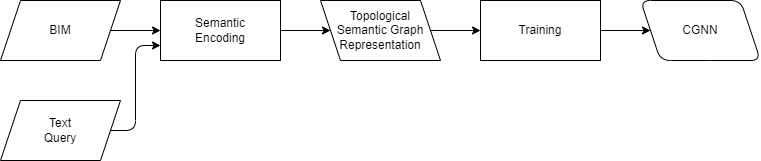
The draw.io diagram images/semantic_gnn_model_train.drawio.png in AI4SC/bim-diffusion-models, before a commit. Source tidied: cells renumbered, new cells last; positions are measured from the earlier drawing's top-left corner, leaving out a move shared by most shapes. Its diagram source:
```xml
<mxGraphModel>
  <root>
    <mxCell id="0" />
    <mxCell id="1" parent="0" />
    <mxCell id="2" style="edgeStyle=elbowEdgeStyle;html=1;exitX=1;exitY=0.5;exitDx=0;exitDy=0;entryX=0;entryY=0.75;entryDx=0;entryDy=0;" parent="1" edge="1" source="3" target="5">
      <mxGeometry relative="1" as="geometry" />
    </mxCell>
    <mxCell id="3" value="Text&lt;br&gt;Query" style="shape=parallelogram;perimeter=parallelogramPerimeter;whiteSpace=wrap;html=1;fixedSize=1;" parent="1" vertex="1">
      <mxGeometry y="100" width="120" height="60" as="geometry" />
    </mxCell>
    <mxCell id="4" value="Topological&lt;br&gt;Semantic Graph&lt;br&gt;Representation" style="shape=parallelogram;perimeter=parallelogramPerimeter;whiteSpace=wrap;html=1;fixedSize=1;flipH=1;" parent="1" vertex="1">
      <mxGeometry x="320" width="120" height="60" as="geometry" />
    </mxCell>
    <mxCell id="5" value="Semantic&lt;br&gt;Encoding" style="rounded=0;whiteSpace=wrap;html=1;" parent="1" vertex="1">
      <mxGeometry x="160" width="120" height="60" as="geometry" />
    </mxCell>
    <mxCell id="6" value="CGNN" style="shape=parallelogram;perimeter=parallelogramPerimeter;whiteSpace=wrap;html=1;fixedSize=1;flipH=1;rounded=1;" parent="1" vertex="1">
      <mxGeometry x="640" width="120" height="60" as="geometry" />
    </mxCell>
    <mxCell id="7" value="Training" style="rounded=0;whiteSpace=wrap;html=1;" parent="1" vertex="1">
      <mxGeometry x="480" width="120" height="60" as="geometry" />
    </mxCell>
    <mxCell id="8" style="endArrow=classic;html=1;exitX=1;exitY=0.5;exitDx=0;exitDy=0;entryX=0;entryY=0.5;entryDx=0;entryDy=0;" parent="1" edge="1" source="4" target="7">
      <mxGeometry relative="1" as="geometry" />
    </mxCell>
    <mxCell id="9" style="endArrow=classic;html=1;exitX=1;exitY=0.5;exitDx=0;exitDy=0;entryX=0;entryY=0.5;entryDx=0;entryDy=0;" parent="1" edge="1" source="5" target="4">
      <mxGeometry relative="1" as="geometry" />
    </mxCell>
    <mxCell id="10" style="endArrow=classic;html=1;exitX=1;exitY=0.5;exitDx=0;exitDy=0;entryX=0;entryY=0.5;entryDx=0;entryDy=0;" parent="1" edge="1" source="7" target="6">
      <mxGeometry relative="1" as="geometry" />
    </mxCell>
    <mxCell id="11" value="BIM" style="shape=parallelogram;perimeter=parallelogramPerimeter;whiteSpace=wrap;html=1;fixedSize=1;flipH=0;" parent="1" vertex="1">
      <mxGeometry width="120" height="60" as="geometry" />
    </mxCell>
    <mxCell id="12" style="edgeStyle=none;html=1;exitX=1;exitY=0.5;exitDx=0;exitDy=0;entryX=0;entryY=0.5;entryDx=0;entryDy=0;" parent="1" edge="1" source="11" target="5">
      <mxGeometry relative="1" as="geometry" />
    </mxCell>
  </root>
</mxGraphModel>
```
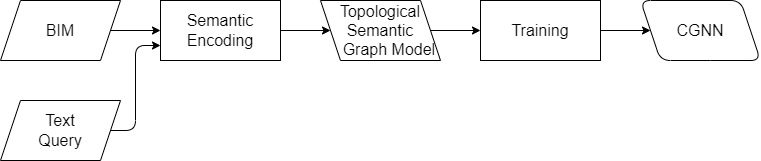
The same diagram one commit later.

Change to the diagram source:
```diff
@@ -2,37 +2,37 @@
   <root>
     <mxCell id="0" />
     <mxCell id="1" parent="0" />
-    <mxCell id="2" style="edgeStyle=elbowEdgeStyle;html=1;exitX=1;exitY=0.5;exitDx=0;exitDy=0;entryX=0;entryY=0.75;entryDx=0;entryDy=0;" parent="1" edge="1" source="3" target="5">
+    <mxCell id="2" style="edgeStyle=elbowEdgeStyle;html=1;exitX=1;exitY=0.5;exitDx=0;exitDy=0;entryX=0;entryY=0.75;entryDx=0;entryDy=0;fontSize=16;" parent="1" edge="1" source="3" target="5">
       <mxGeometry relative="1" as="geometry" />
     </mxCell>
-    <mxCell id="3" value="Text&lt;br&gt;Query" style="shape=parallelogram;perimeter=parallelogramPerimeter;whiteSpace=wrap;html=1;fixedSize=1;" parent="1" vertex="1">
+    <mxCell id="3" value="Text&lt;br style=&quot;font-size: 16px;&quot;&gt;Query" style="shape=parallelogram;perimeter=parallelogramPerimeter;whiteSpace=wrap;html=1;fixedSize=1;fontSize=16;" parent="1" vertex="1">
       <mxGeometry y="100" width="120" height="60" as="geometry" />
     </mxCell>
-    <mxCell id="4" value="Topological&lt;br&gt;Semantic Graph&lt;br&gt;Representation" style="shape=parallelogram;perimeter=parallelogramPerimeter;whiteSpace=wrap;html=1;fixedSize=1;flipH=1;" parent="1" vertex="1">
+    <mxCell id="4" value="Topological&lt;br style=&quot;border-color: var(--border-color);&quot;&gt;Semantic&lt;br style=&quot;border-color: var(--border-color);&quot;&gt;&amp;nbsp; &amp;nbsp; Graph Model" style="shape=parallelogram;perimeter=parallelogramPerimeter;whiteSpace=wrap;html=1;fixedSize=1;flipH=1;fontSize=16;" parent="1" vertex="1">
       <mxGeometry x="320" width="120" height="60" as="geometry" />
     </mxCell>
-    <mxCell id="5" value="Semantic&lt;br&gt;Encoding" style="rounded=0;whiteSpace=wrap;html=1;" parent="1" vertex="1">
+    <mxCell id="5" value="Semantic&lt;br style=&quot;font-size: 16px;&quot;&gt;Encoding" style="rounded=0;whiteSpace=wrap;html=1;fontSize=16;" parent="1" vertex="1">
       <mxGeometry x="160" width="120" height="60" as="geometry" />
     </mxCell>
-    <mxCell id="6" value="CGNN" style="shape=parallelogram;perimeter=parallelogramPerimeter;whiteSpace=wrap;html=1;fixedSize=1;flipH=1;rounded=1;" parent="1" vertex="1">
+    <mxCell id="6" value="CGNN" style="shape=parallelogram;perimeter=parallelogramPerimeter;whiteSpace=wrap;html=1;fixedSize=1;flipH=1;rounded=1;fontSize=16;" parent="1" vertex="1">
       <mxGeometry x="640" width="120" height="60" as="geometry" />
     </mxCell>
-    <mxCell id="7" value="Training" style="rounded=0;whiteSpace=wrap;html=1;" parent="1" vertex="1">
+    <mxCell id="7" value="Training" style="rounded=0;whiteSpace=wrap;html=1;fontSize=16;" parent="1" vertex="1">
       <mxGeometry x="480" width="120" height="60" as="geometry" />
     </mxCell>
-    <mxCell id="8" style="endArrow=classic;html=1;exitX=1;exitY=0.5;exitDx=0;exitDy=0;entryX=0;entryY=0.5;entryDx=0;entryDy=0;" parent="1" edge="1" source="4" target="7">
+    <mxCell id="8" style="endArrow=classic;html=1;exitX=1;exitY=0.5;exitDx=0;exitDy=0;entryX=0;entryY=0.5;entryDx=0;entryDy=0;fontSize=16;" parent="1" edge="1" source="4" target="7">
       <mxGeometry relative="1" as="geometry" />
     </mxCell>
-    <mxCell id="9" style="endArrow=classic;html=1;exitX=1;exitY=0.5;exitDx=0;exitDy=0;entryX=0;entryY=0.5;entryDx=0;entryDy=0;" parent="1" edge="1" source="5" target="4">
+    <mxCell id="9" style="endArrow=classic;html=1;exitX=1;exitY=0.5;exitDx=0;exitDy=0;entryX=0;entryY=0.5;entryDx=0;entryDy=0;fontSize=16;" parent="1" edge="1" source="5" target="4">
       <mxGeometry relative="1" as="geometry" />
     </mxCell>
-    <mxCell id="10" style="endArrow=classic;html=1;exitX=1;exitY=0.5;exitDx=0;exitDy=0;entryX=0;entryY=0.5;entryDx=0;entryDy=0;" parent="1" edge="1" source="7" target="6">
+    <mxCell id="10" style="endArrow=classic;html=1;exitX=1;exitY=0.5;exitDx=0;exitDy=0;entryX=0;entryY=0.5;entryDx=0;entryDy=0;fontSize=16;" parent="1" edge="1" source="7" target="6">
       <mxGeometry relative="1" as="geometry" />
     </mxCell>
-    <mxCell id="11" value="BIM" style="shape=parallelogram;perimeter=parallelogramPerimeter;whiteSpace=wrap;html=1;fixedSize=1;flipH=0;" parent="1" vertex="1">
+    <mxCell id="11" value="BIM" style="shape=parallelogram;perimeter=parallelogramPerimeter;whiteSpace=wrap;html=1;fixedSize=1;flipH=0;fontSize=16;" parent="1" vertex="1">
       <mxGeometry width="120" height="60" as="geometry" />
     </mxCell>
-    <mxCell id="12" style="edgeStyle=none;html=1;exitX=1;exitY=0.5;exitDx=0;exitDy=0;entryX=0;entryY=0.5;entryDx=0;entryDy=0;" parent="1" edge="1" source="11" target="5">
+    <mxCell id="12" style="edgeStyle=none;html=1;exitX=1;exitY=0.5;exitDx=0;exitDy=0;entryX=0;entryY=0.5;entryDx=0;entryDy=0;fontSize=16;" parent="1" edge="1" source="11" target="5">
       <mxGeometry relative="1" as="geometry" />
     </mxCell>
   </root>
```
